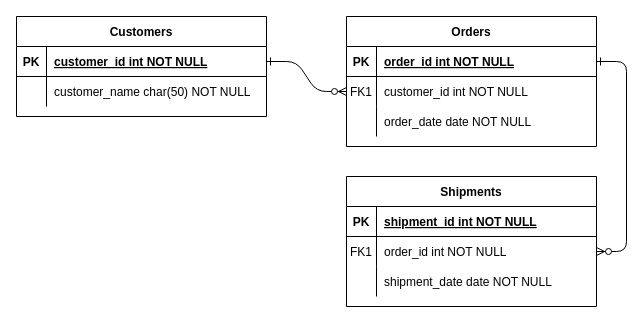
Earlier version of the draw.io diagram database/Untitled Diagram.drawio (g0st-r00t-x/project-uts). Source tidied: cells renumbered, new cells numbered last; positions are measured from the earlier drawing's top-left corner, leaving out a move shared by most shapes. Both pictures are drawn from the tidied source at 100%, with x=0, y=0 at pixel (16, 16).
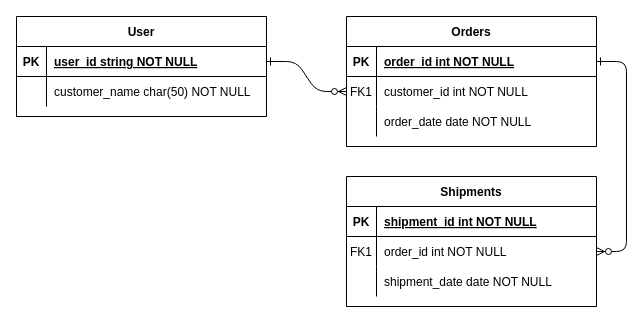
The same page after the edit.

The change refers to these unchanged cells:
```xml
<mxCell id="25" style="shape=partialRectangle;fillColor=none;points=[[0,0.5],[1,0.5]];portConstraint=eastwest;top=0;left=0;right=0;bottom=1;" parent="24" vertex="1">
  <mxGeometry y="30" width="250" height="30" as="geometry" />
</mxCell>
```

The edit, as a diff of the source:
```diff
@@
-    <mxCell id="24" value="Customers" style="shape=table;startSize=30;childLayout=tableLayout;rowLines=0;fontStyle=1;align=center;" parent="1" vertex="1">
+    <mxCell id="24" value="User" style="shape=table;startSize=30;childLayout=tableLayout;rowLines=0;fontStyle=1;align=center;" parent="1" vertex="1">
       <mxGeometry width="250" height="100" as="geometry" />
     </mxCell>
@@
-    <mxCell id="27" value="customer_id int NOT NULL " style="shape=partialRectangle;overflow=hidden;fillColor=none;top=0;left=0;bottom=0;right=0;align=left;spacingLeft=6;fontStyle=5;" parent="25" vertex="1">
+    <mxCell id="27" value="user_id string NOT NULL " style="shape=partialRectangle;overflow=hidden;fillColor=none;top=0;left=0;bottom=0;right=0;align=left;spacingLeft=6;fontStyle=5;" parent="25" vertex="1">
       <mxGeometry x="30" width="220" height="30" as="geometry" />
     </mxCell>
```
